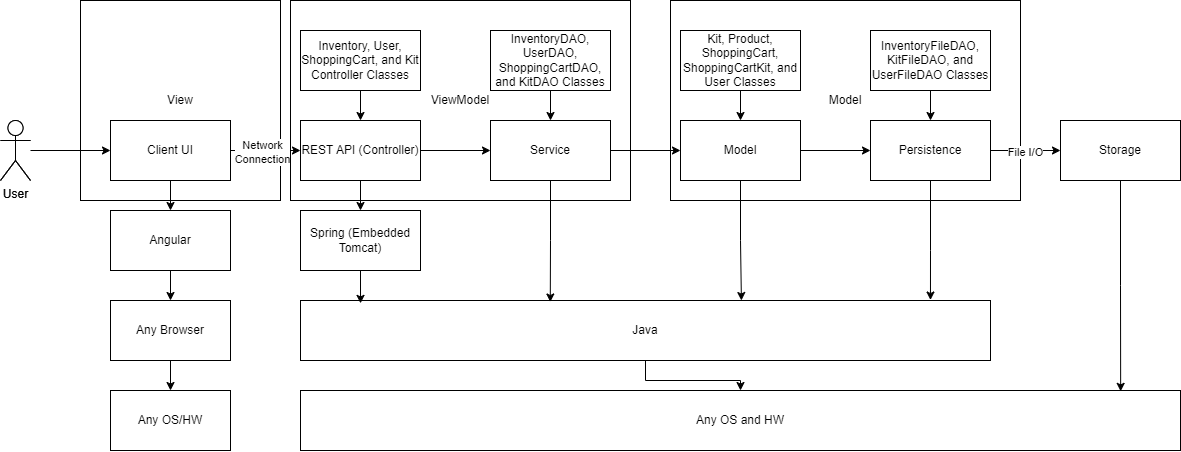
Before: docs/architecture-tiers-and-layers.png, a diagram exported from draw.io (JJB8223/ShakeAndPour). Source tidied: cells renumbered, new cells last; positions are measured from the earlier drawing's top-left corner, leaving out a move shared by most shapes.
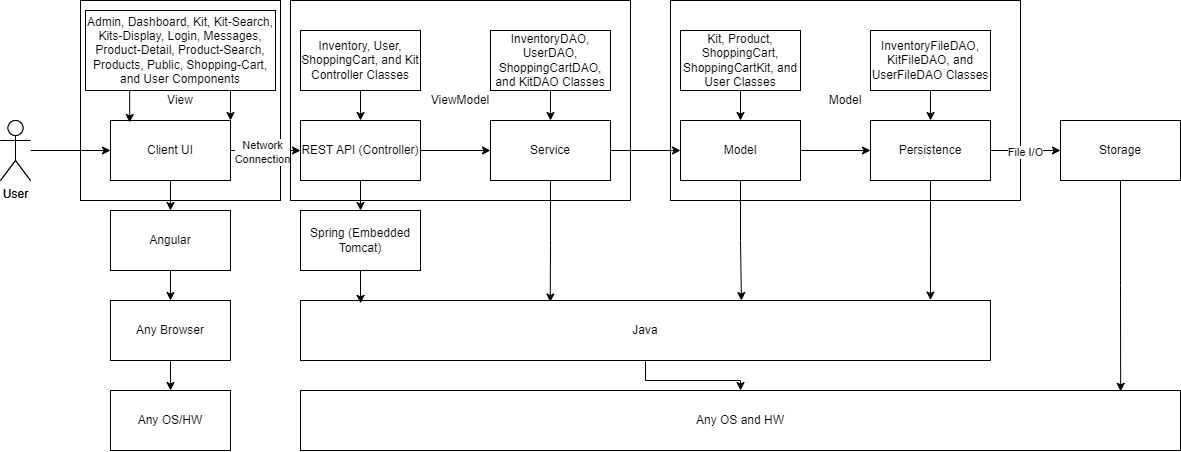
The same file after the commit.

Change to the diagram source:
```diff
@@ -139,5 +139,14 @@
     <mxCell id="45" value="InventoryDAO, UserDAO, ShoppingCartDAO, and KitDAO Classes" style="rounded=0;whiteSpace=wrap;html=1;" parent="1" vertex="1">
       <mxGeometry x="490" y="30" width="120" height="60" as="geometry" />
     </mxCell>
+    <mxCell id="46" style="edgeStyle=orthogonalEdgeStyle;rounded=0;jettySize=auto;html=1;exitX=0.75;exitY=1;exitDx=0;exitDy=0;entryX=1;entryY=0;entryDx=0;entryDy=0;" parent="1" edge="1" source="47" target="27">
+      <mxGeometry relative="1" as="geometry" />
+    </mxCell>
+    <mxCell id="47" value="Admin, Dashboard, Kit, Kit-Search, Kits-Display, Login, Messages, Product-Detail, Product-Search, Products, Public, Shopping-Cart, and User Components" style="rounded=0;whiteSpace=wrap;html=1;" parent="1" vertex="1">
+      <mxGeometry x="85" y="10" width="190" height="80" as="geometry" />
+    </mxCell>
+    <mxCell id="48" style="edgeStyle=orthogonalEdgeStyle;rounded=0;jettySize=auto;html=1;exitX=0.25;exitY=1;exitDx=0;exitDy=0;entryX=0.16;entryY=0.033;entryDx=0;entryDy=0;entryPerimeter=0;" parent="1" edge="1" source="47" target="27">
+      <mxGeometry relative="1" as="geometry" />
+    </mxCell>
   </root>
 </mxGraphModel>
```
